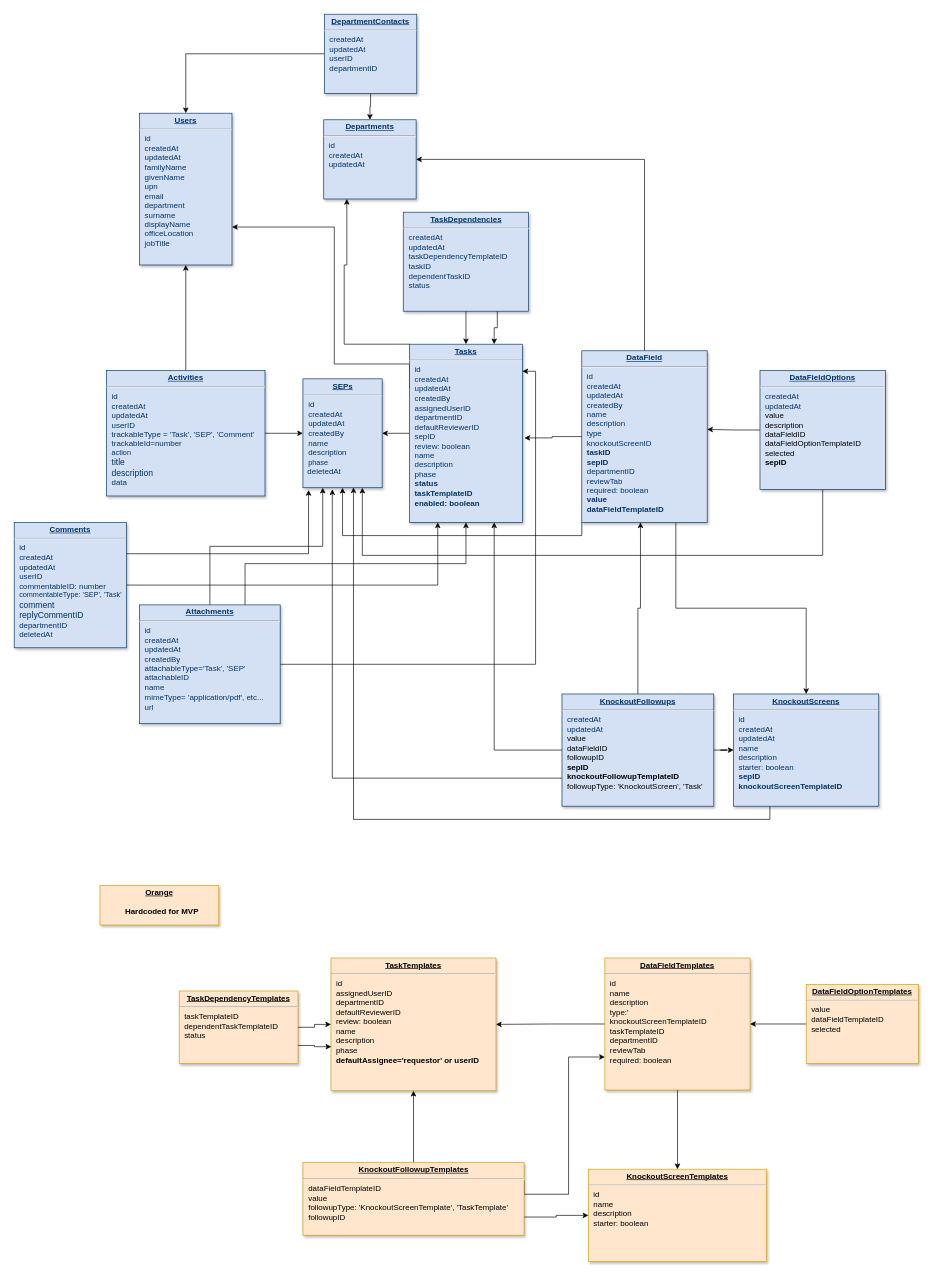
Earlier version of the draw.io diagram docs/sep-database.drawio.xml (BitCoyote/Solution-Enablement-Process). Source tidied: cells renumbered, new cells numbered last; positions are measured from the earlier drawing's top-left corner, leaving out a move shared by most shapes. Both pictures are drawn from the tidied source at 66%, with x=0, y=0 at pixel (14, 14).
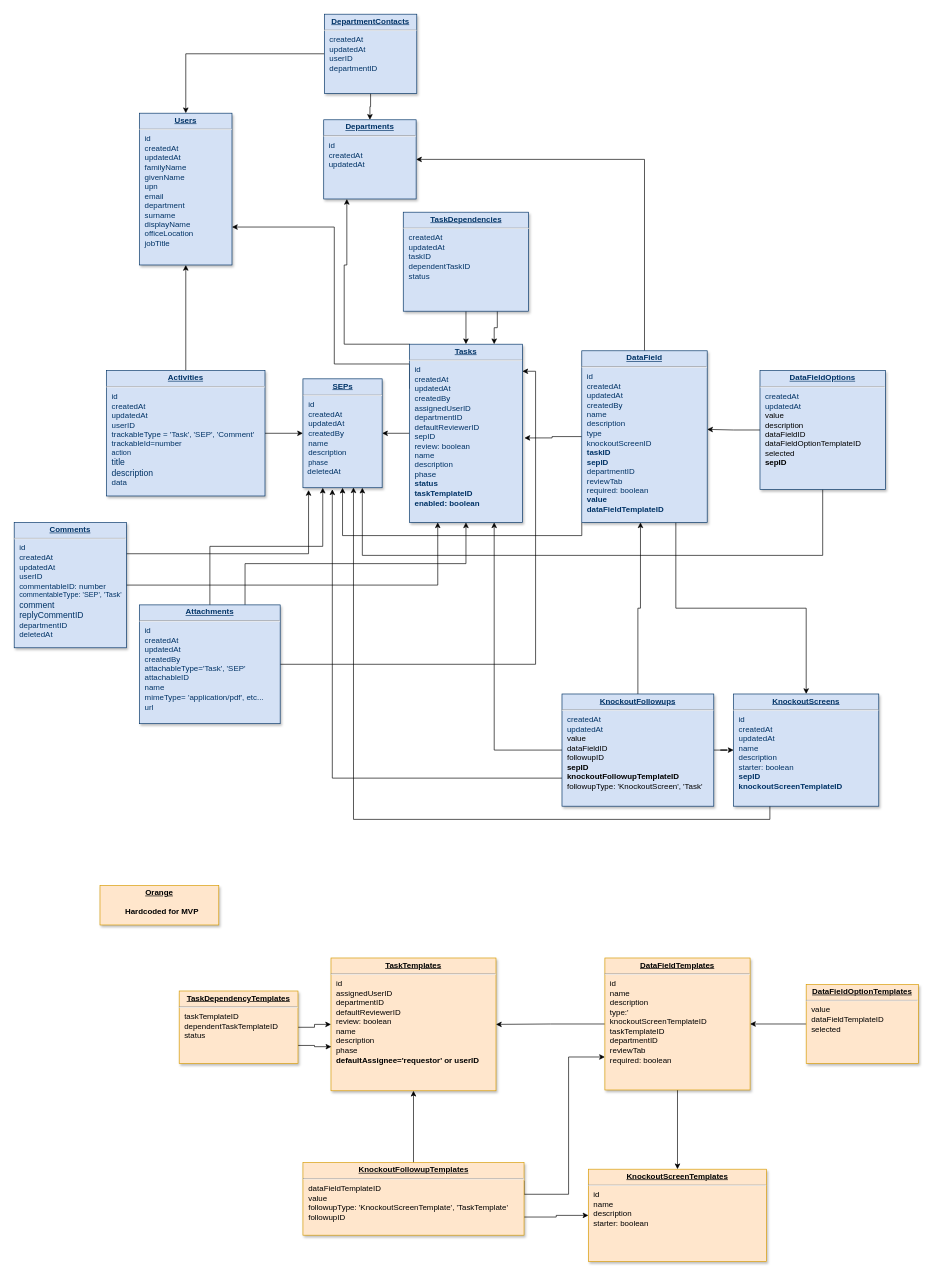
After the change.

Commit message (it also covers changes not shown here):
Removed unnecessary taskDependencyTemplateID

Change to the diagram source:
```diff
@@
-    <mxCell id="22" value="&lt;p style=&quot;margin: 0px; margin-top: 4px; text-align: center; text-decoration: underline;&quot;&gt;&lt;strong&gt;TaskDependencies&lt;/strong&gt;&lt;/p&gt;&lt;hr&gt;&lt;p style=&quot;margin: 0px; margin-left: 8px;&quot;&gt;createdAt&lt;/p&gt;&lt;p style=&quot;margin: 0px; margin-left: 8px;&quot;&gt;updatedAt&lt;/p&gt;&lt;p style=&quot;margin: 0px; margin-left: 8px;&quot;&gt;taskDependencyTemplateID&lt;/p&gt;&lt;p style=&quot;margin: 0px; margin-left: 8px;&quot;&gt;taskID&lt;/p&gt;&lt;p style=&quot;margin: 0px; margin-left: 8px;&quot;&gt;dependentTaskID&lt;/p&gt;&lt;p style=&quot;margin: 0px; margin-left: 8px;&quot;&gt;status&lt;/p&gt;" style="verticalAlign=top;align=left;overflow=fill;fontSize=12;fontFamily=Helvetica;html=1;strokeColor=#003366;shadow=1;fillColor=#D4E1F5;fontColor=#003366;" parent="1" vertex="1">
+    <mxCell id="22" value="&lt;p style=&quot;margin: 0px; margin-top: 4px; text-align: center; text-decoration: underline;&quot;&gt;&lt;strong&gt;TaskDependencies&lt;/strong&gt;&lt;/p&gt;&lt;hr&gt;&lt;p style=&quot;margin: 0px; margin-left: 8px;&quot;&gt;createdAt&lt;/p&gt;&lt;p style=&quot;margin: 0px; margin-left: 8px;&quot;&gt;updatedAt&lt;/p&gt;&lt;p style=&quot;margin: 0px; margin-left: 8px;&quot;&gt;&lt;span style=&quot;background-color: initial;&quot;&gt;taskID&lt;/span&gt;&lt;br&gt;&lt;/p&gt;&lt;p style=&quot;margin: 0px; margin-left: 8px;&quot;&gt;dependentTaskID&lt;/p&gt;&lt;p style=&quot;margin: 0px; margin-left: 8px;&quot;&gt;status&lt;/p&gt;" style="verticalAlign=top;align=left;overflow=fill;fontSize=12;fontFamily=Helvetica;html=1;strokeColor=#003366;shadow=1;fillColor=#D4E1F5;fontColor=#003366;" parent="1" vertex="1">
       <mxGeometry x="589.5" y="300" width="190" height="150" as="geometry" />
     </mxCell>
```
